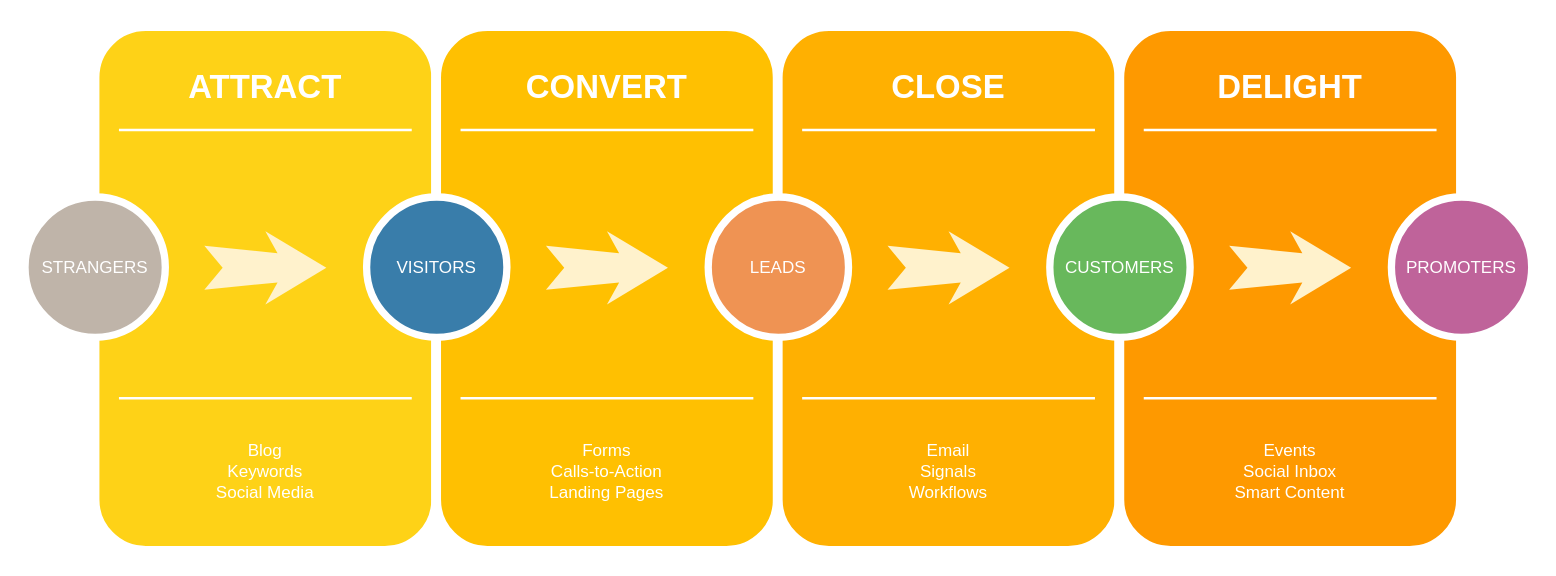
This is MIA.drawio from yicao-elina/drawio, a draw.io file, before an edit. Source tidied: cells renumbered, new cells numbered last; positions are measured from the earlier drawing's top-left corner, leaving out a move shared by most shapes. Both pictures are drawn from the tidied source at 122%, with x=0, y=0 at pixel (24, 26).
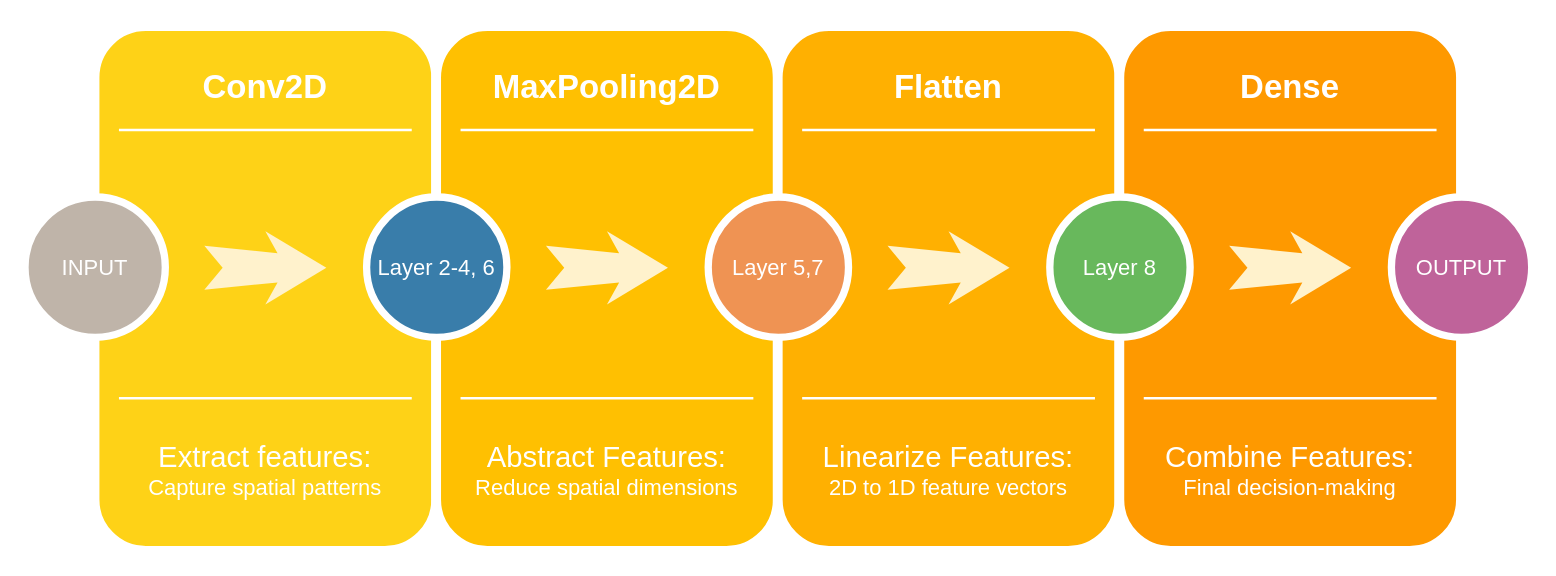
The same diagram, later.

Diff of the diagram source:
```diff
@@
-    <mxCell id="3" value="ATTRACT" style="text;html=1;strokeColor=none;fillColor=none;align=center;verticalAlign=middle;whiteSpace=wrap;rounded=0;shadow=0;fontSize=27;fontColor=#FFFFFF;fontStyle=1;" parent="1" vertex="1">
+    <mxCell id="3" value="Conv2D" style="text;html=1;strokeColor=none;fillColor=none;align=center;verticalAlign=middle;whiteSpace=wrap;rounded=0;shadow=0;fontSize=27;fontColor=#FFFFFF;fontStyle=1;" parent="1" vertex="1">
       <mxGeometry x="57" y="20" width="280" height="60" as="geometry" />
     </mxCell>
-    <mxCell id="4" value="Blog&lt;div&gt;Keywords&lt;/div&gt;&lt;div&gt;Social Media&lt;/div&gt;" style="text;html=1;strokeColor=none;fillColor=none;align=center;verticalAlign=middle;whiteSpace=wrap;rounded=0;shadow=0;fontSize=14;fontColor=#FFFFFF;" parent="1" vertex="1">
+    <mxCell id="4" value="&lt;div&gt;&lt;font style=&quot;&quot;&gt;&lt;span style=&quot;font-size: 24px;&quot;&gt;Extract features:&lt;/span&gt;&lt;br&gt;&lt;/font&gt;&lt;/div&gt;&lt;font style=&quot;font-size: 18px;&quot;&gt;Capture spatial patterns&lt;/font&gt;" style="text;html=1;strokeColor=none;fillColor=none;align=center;verticalAlign=middle;whiteSpace=wrap;rounded=0;shadow=1;fontSize=14;fontColor=#FFFFFF;" parent="1" vertex="1">
       <mxGeometry x="57" y="320" width="280" height="90" as="geometry" />
     </mxCell>
@@
-    <mxCell id="7" value="STRANGERS" style="ellipse;whiteSpace=wrap;html=1;rounded=0;shadow=0;strokeWidth=6;fontSize=14;align=center;fillColor=#BFB4A9;strokeColor=#FFFFFF;fontColor=#FFFFFF;" parent="1" vertex="1">
+    <mxCell id="7" value="INPUT" style="ellipse;whiteSpace=wrap;html=1;rounded=0;shadow=0;strokeWidth=6;fontSize=18;align=center;fillColor=#BFB4A9;strokeColor=#FFFFFF;fontColor=#FFFFFF;" parent="1" vertex="1">
       <mxGeometry y="140" width="115" height="115" as="geometry" />
     </mxCell>
@@
-    <mxCell id="10" value="CONVERT" style="text;html=1;strokeColor=none;fillColor=none;align=center;verticalAlign=middle;whiteSpace=wrap;rounded=0;shadow=0;fontSize=27;fontColor=#FFFFFF;fontStyle=1;" parent="1" vertex="1">
+    <mxCell id="10" value="MaxPooling2D" style="text;html=1;strokeColor=none;fillColor=none;align=center;verticalAlign=middle;whiteSpace=wrap;rounded=0;shadow=0;fontSize=27;fontColor=#FFFFFF;fontStyle=1;" parent="1" vertex="1">
       <mxGeometry x="337" y="20" width="280" height="60" as="geometry" />
     </mxCell>
-    <mxCell id="11" value="Forms&lt;div&gt;Calls-to-Action&lt;/div&gt;&lt;div&gt;Landing Pages&lt;/div&gt;" style="text;html=1;strokeColor=none;fillColor=none;align=center;verticalAlign=middle;whiteSpace=wrap;rounded=0;shadow=0;fontSize=14;fontColor=#FFFFFF;" parent="1" vertex="1">
+    <mxCell id="11" value="&lt;div&gt;&lt;font style=&quot;font-size: 24px;&quot;&gt;Abstract Features:&lt;/font&gt;&lt;/div&gt;&lt;font style=&quot;font-size: 18px;&quot;&gt;Reduce spatial dimensions&lt;/font&gt;" style="text;html=1;strokeColor=none;fillColor=none;align=center;verticalAlign=middle;whiteSpace=wrap;rounded=0;shadow=0;fontSize=14;fontColor=#FFFFFF;" parent="1" vertex="1">
       <mxGeometry x="337" y="320" width="280" height="90" as="geometry" />
     </mxCell>
@@
-    <mxCell id="14" value="VISITORS" style="ellipse;whiteSpace=wrap;html=1;rounded=0;shadow=0;strokeWidth=6;fontSize=14;align=center;fillColor=#397DAA;strokeColor=#FFFFFF;fontColor=#FFFFFF;" parent="1" vertex="1">
+    <mxCell id="14" value="Layer 2-4, 6" style="ellipse;whiteSpace=wrap;html=1;rounded=0;shadow=0;strokeWidth=6;fontSize=18;align=center;fillColor=#397DAA;strokeColor=#FFFFFF;fontColor=#FFFFFF;" parent="1" vertex="1">
       <mxGeometry x="280" y="140" width="115" height="115" as="geometry" />
     </mxCell>
@@
-    <mxCell id="17" value="CLOSE" style="text;html=1;strokeColor=none;fillColor=none;align=center;verticalAlign=middle;whiteSpace=wrap;rounded=0;shadow=0;fontSize=27;fontColor=#FFFFFF;fontStyle=1;" parent="1" vertex="1">
+    <mxCell id="17" value="Flatten" style="text;html=1;strokeColor=none;fillColor=none;align=center;verticalAlign=middle;whiteSpace=wrap;rounded=0;shadow=0;fontSize=27;fontColor=#FFFFFF;fontStyle=1;" parent="1" vertex="1">
       <mxGeometry x="617" y="20" width="280" height="60" as="geometry" />
     </mxCell>
-    <mxCell id="18" value="Email&lt;div&gt;Signals&lt;/div&gt;&lt;div&gt;Workflows&lt;/div&gt;" style="text;html=1;strokeColor=none;fillColor=none;align=center;verticalAlign=middle;whiteSpace=wrap;rounded=0;shadow=0;fontSize=14;fontColor=#FFFFFF;" parent="1" vertex="1">
+    <mxCell id="18" value="&lt;div&gt;&lt;font style=&quot;font-size: 24px;&quot;&gt;Linearize Features:&lt;/font&gt;&lt;/div&gt;&lt;font style=&quot;font-size: 18px;&quot;&gt;2D to 1D feature vectors&lt;/font&gt;" style="text;html=1;strokeColor=none;fillColor=none;align=center;verticalAlign=middle;whiteSpace=wrap;rounded=0;shadow=0;fontSize=14;fontColor=#FFFFFF;" parent="1" vertex="1">
       <mxGeometry x="617" y="320" width="280" height="90" as="geometry" />
     </mxCell>
@@
-    <mxCell id="21" value="LEADS" style="ellipse;whiteSpace=wrap;html=1;rounded=0;shadow=0;strokeWidth=6;fontSize=14;align=center;fillColor=#EF9353;strokeColor=#FFFFFF;fontColor=#FFFFFF;" parent="1" vertex="1">
+    <mxCell id="21" value="Layer 5,7" style="ellipse;whiteSpace=wrap;html=1;rounded=0;shadow=0;strokeWidth=6;fontSize=18;align=center;fillColor=#EF9353;strokeColor=#FFFFFF;fontColor=#FFFFFF;" parent="1" vertex="1">
       <mxGeometry x="560" y="140" width="115" height="115" as="geometry" />
     </mxCell>
@@
-    <mxCell id="24" value="DELIGHT" style="text;html=1;strokeColor=none;fillColor=none;align=center;verticalAlign=middle;whiteSpace=wrap;rounded=0;shadow=0;fontSize=27;fontColor=#FFFFFF;fontStyle=1;" parent="1" vertex="1">
+    <mxCell id="24" value="Dense" style="text;html=1;strokeColor=none;fillColor=none;align=center;verticalAlign=middle;whiteSpace=wrap;rounded=0;shadow=0;fontSize=27;fontColor=#FFFFFF;fontStyle=1;" parent="1" vertex="1">
       <mxGeometry x="897" y="20" width="280" height="60" as="geometry" />
     </mxCell>
-    <mxCell id="25" value="Events&lt;div&gt;Social Inbox&lt;/div&gt;&lt;div&gt;Smart Content&lt;/div&gt;" style="text;html=1;strokeColor=none;fillColor=none;align=center;verticalAlign=middle;whiteSpace=wrap;rounded=0;shadow=0;fontSize=14;fontColor=#FFFFFF;" parent="1" vertex="1">
+    <mxCell id="25" value="&lt;font style=&quot;font-size: 24px;&quot;&gt;Combine Features:&lt;/font&gt;&lt;div&gt;&lt;font style=&quot;font-size: 18px;&quot;&gt;Final decision-making&lt;/font&gt;&lt;/div&gt;" style="text;html=1;strokeColor=none;fillColor=none;align=center;verticalAlign=middle;whiteSpace=wrap;rounded=0;shadow=0;fontSize=14;fontColor=#FFFFFF;" parent="1" vertex="1">
       <mxGeometry x="897" y="320" width="280" height="90" as="geometry" />
     </mxCell>
@@
-    <mxCell id="28" value="CUSTOMERS" style="ellipse;whiteSpace=wrap;html=1;rounded=0;shadow=0;strokeWidth=6;fontSize=14;align=center;fillColor=#68B85C;strokeColor=#FFFFFF;fontColor=#FFFFFF;" parent="1" vertex="1">
+    <mxCell id="28" value="Layer 8" style="ellipse;whiteSpace=wrap;html=1;rounded=0;shadow=0;strokeWidth=6;fontSize=18;align=center;fillColor=#68B85C;strokeColor=#FFFFFF;fontColor=#FFFFFF;" parent="1" vertex="1">
       <mxGeometry x="840" y="140" width="115" height="115" as="geometry" />
     </mxCell>
@@
-    <mxCell id="30" value="PROMOTERS" style="ellipse;whiteSpace=wrap;html=1;rounded=0;shadow=0;strokeWidth=6;fontSize=14;align=center;fillColor=#BF639A;strokeColor=#FFFFFF;fontColor=#FFFFFF;" parent="1" vertex="1">
+    <mxCell id="30" value="OUTPUT" style="ellipse;whiteSpace=wrap;html=1;rounded=0;shadow=0;strokeWidth=6;fontSize=18;align=center;fillColor=#BF639A;strokeColor=#FFFFFF;fontColor=#FFFFFF;" parent="1" vertex="1">
       <mxGeometry x="1120" y="140" width="115" height="115" as="geometry" />
     </mxCell>
```
